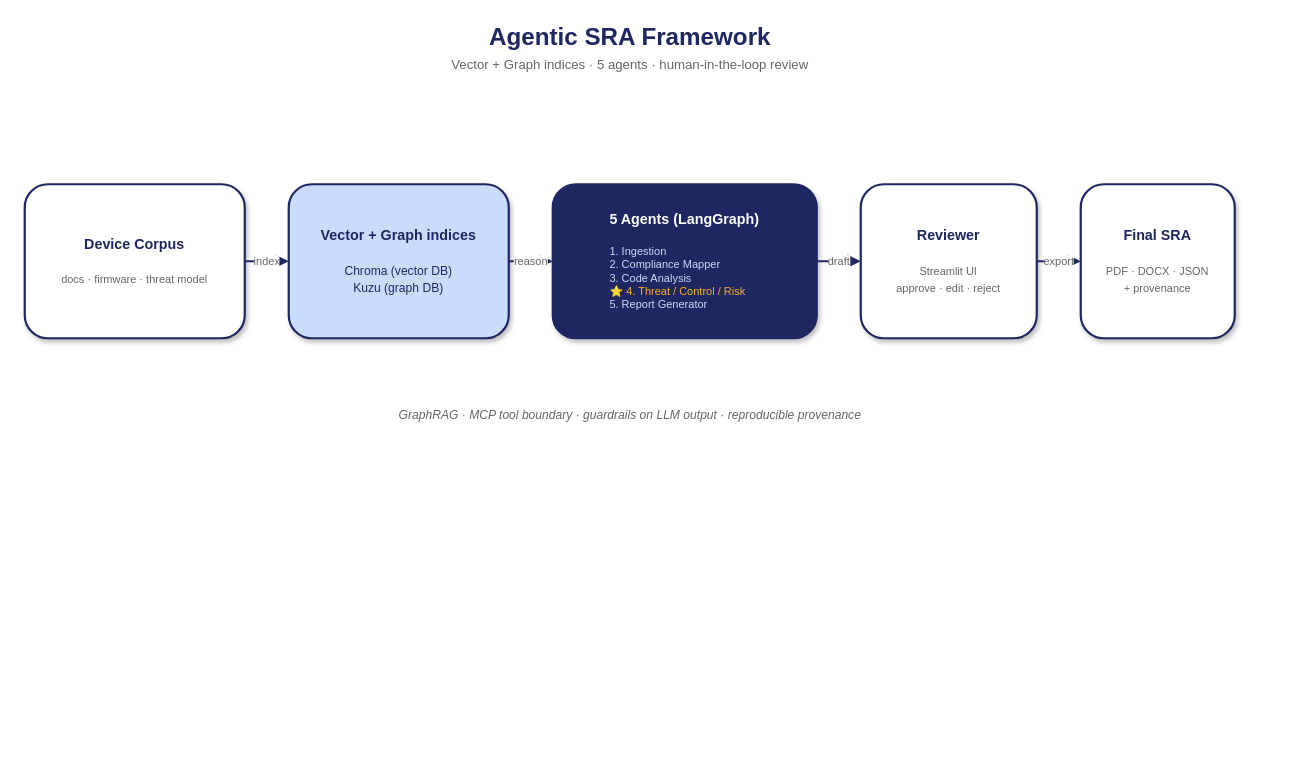
Before: docs/architecture_diagram.drawio in balajibankapur/agentic-sra-framework, a draw.io diagram. Source tidied: cells renumbered, new cells numbered last; positions are measured from the earlier drawing's top-left corner, leaving out a move shared by most shapes. Both pictures are drawn from the tidied source at 110%, with x=0, y=0 at pixel (24, 19).
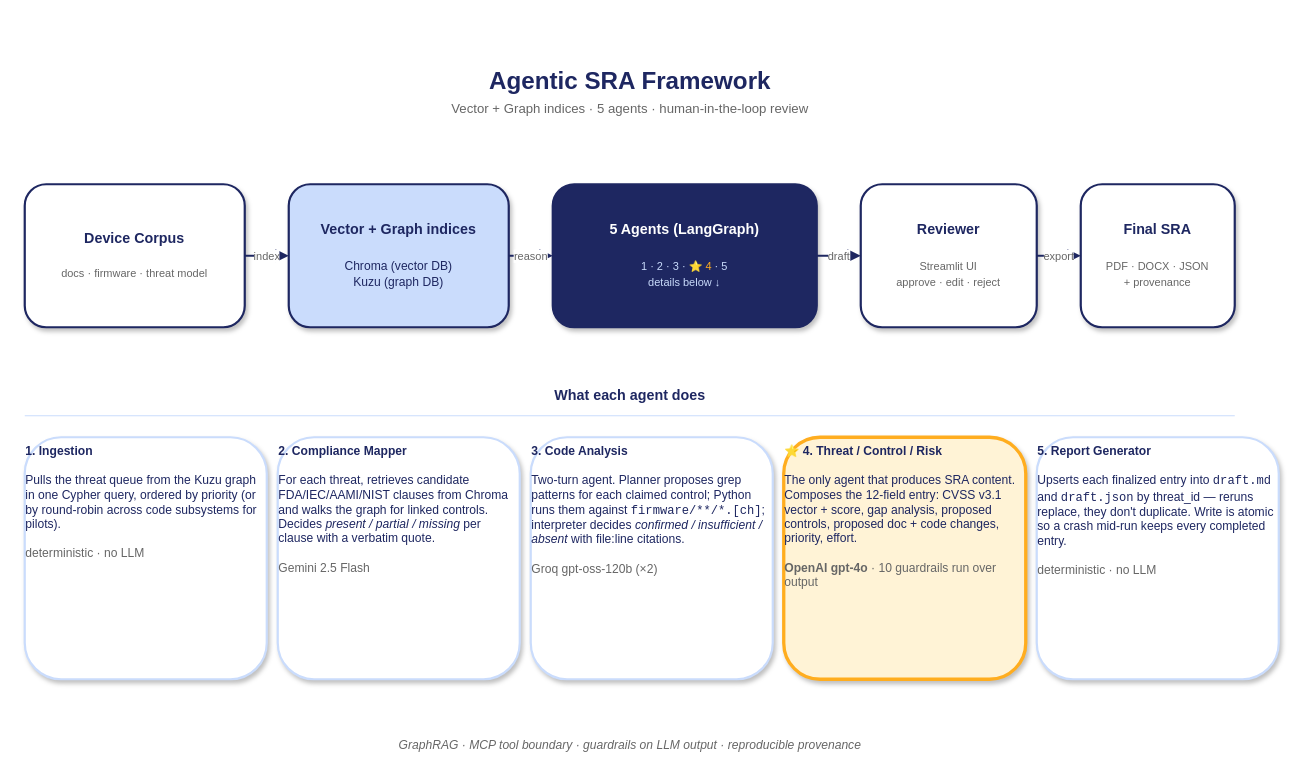
The same diagram, later.

Commit message:
docs: add per-agent description cards below the main flow

The edit, as a diff of the source:
```diff
@@
     <mxCell id="2" value="Agentic SRA Framework" style="text;html=1;strokeColor=none;fillColor=none;align=center;verticalAlign=middle;fontSize=22;fontStyle=1;fontColor=#1E2761;" parent="1" vertex="1">
-      <mxGeometry x="150" width="800" height="34" as="geometry" />
+      <mxGeometry x="150" y="40" width="800" height="34" as="geometry" />
     </mxCell>
     <mxCell id="3" value="Vector + Graph indices · 5 agents · human-in-the-loop review" style="text;html=1;strokeColor=none;fillColor=none;align=center;verticalAlign=middle;fontSize=12;fontColor=#666666;" parent="1" vertex="1">
-      <mxGeometry x="150" y="32" width="800" height="20" as="geometry" />
+      <mxGeometry x="150" y="72" width="800" height="20" as="geometry" />
     </mxCell>
     <mxCell id="4" value="&lt;b&gt;Device Corpus&lt;/b&gt;&lt;br/&gt;&lt;br/&gt;&lt;font style=&quot;font-size:10px;color:#666&quot;&gt;docs · firmware · threat model&lt;/font&gt;" style="rounded=1;whiteSpace=wrap;html=1;fillColor=#FFFFFF;strokeColor=#1E2761;strokeWidth=2;fontColor=#1E2761;fontSize=13;verticalAlign=middle;shadow=1;" parent="1" vertex="1">
-      <mxGeometry y="150" width="200" height="140" as="geometry" />
+      <mxGeometry y="150" width="200" height="130" as="geometry" />
     </mxCell>
     <mxCell id="5" value="&lt;b&gt;Vector + Graph indices&lt;/b&gt;&lt;br/&gt;&lt;br/&gt;&lt;font style=&quot;font-size:11px;color:#1E2761&quot;&gt;Chroma (vector DB)&lt;br/&gt;Kuzu (graph DB)&lt;/font&gt;" style="rounded=1;whiteSpace=wrap;html=1;fillColor=#CADCFC;strokeColor=#1E2761;strokeWidth=2;fontColor=#1E2761;fontSize=13;verticalAlign=middle;shadow=1;" parent="1" vertex="1">
-      <mxGeometry x="240" y="150" width="200" height="140" as="geometry" />
+      <mxGeometry x="240" y="150" width="200" height="130" as="geometry" />
     </mxCell>
-    <mxCell id="6" value="&lt;b&gt;5 Agents (LangGraph)&lt;/b&gt;&lt;br/&gt;&lt;br/&gt;&lt;div align=&quot;left&quot; style=&quot;font-size:10px;color:#CADCFC&quot;&gt;1. Ingestion&lt;br/&gt;2. Compliance Mapper&lt;br/&gt;3. Code Analysis&lt;br/&gt;&lt;font color=&quot;#FFAD1F&quot;&gt;⭐ 4. Threat / Control / Risk&lt;/font&gt;&lt;br/&gt;5. Report Generator&lt;/div&gt;" style="rounded=1;whiteSpace=wrap;html=1;fillColor=#1E2761;strokeColor=#1E2761;strokeWidth=2;fontColor=#FFFFFF;fontSize=13;verticalAlign=middle;shadow=1;" parent="1" vertex="1">
-      <mxGeometry x="480" y="150" width="240" height="140" as="geometry" />
+    <mxCell id="6" value="&lt;b&gt;5 Agents (LangGraph)&lt;/b&gt;&lt;br/&gt;&lt;br/&gt;&lt;font style=&quot;font-size:10px;color:#CADCFC&quot;&gt;1 · 2 · 3 · &lt;font color=&quot;#FFAD1F&quot;&gt;⭐ 4&lt;/font&gt; · 5&lt;br/&gt;details below ↓&lt;/font&gt;" style="rounded=1;whiteSpace=wrap;html=1;fillColor=#1E2761;strokeColor=#1E2761;strokeWidth=2;fontColor=#FFFFFF;fontSize=13;verticalAlign=middle;shadow=1;" parent="1" vertex="1">
+      <mxGeometry x="480" y="150" width="240" height="130" as="geometry" />
     </mxCell>
     <mxCell id="7" value="&lt;b&gt;Reviewer&lt;/b&gt;&lt;br/&gt;&lt;br/&gt;&lt;font style=&quot;font-size:10px;color:#666&quot;&gt;Streamlit UI&lt;br/&gt;approve · edit · reject&lt;/font&gt;" style="rounded=1;whiteSpace=wrap;html=1;fillColor=#FFFFFF;strokeColor=#1E2761;strokeWidth=2;fontColor=#1E2761;fontSize=13;verticalAlign=middle;shadow=1;" parent="1" vertex="1">
-      <mxGeometry x="760" y="150" width="160" height="140" as="geometry" />
+      <mxGeometry x="760" y="150" width="160" height="130" as="geometry" />
     </mxCell>
     <mxCell id="8" value="&lt;b&gt;Final SRA&lt;/b&gt;&lt;br/&gt;&lt;br/&gt;&lt;font style=&quot;font-size:10px;color:#666&quot;&gt;PDF · DOCX · JSON&lt;br/&gt;+ provenance&lt;/font&gt;" style="rounded=1;whiteSpace=wrap;html=1;fillColor=#FFFFFF;strokeColor=#1E2761;strokeWidth=2;fontColor=#1E2761;fontSize=13;verticalAlign=middle;shadow=1;" parent="1" vertex="1">
-      <mxGeometry x="960" y="150" width="140" height="140" as="geometry" />
+      <mxGeometry x="960" y="150" width="140" height="130" as="geometry" />
     </mxCell>
@@
+    <mxCell id="14" value="What each agent does" style="text;html=1;strokeColor=none;fillColor=none;align=center;verticalAlign=middle;fontSize=13;fontStyle=1;fontColor=#1E2761;letterSpacing=2;" parent="1" vertex="1">
+      <mxGeometry x="150" y="330" width="800" height="24" as="geometry" />
+    </mxCell>
+    <mxCell id="15" style="line;strokeColor=#CADCFC;strokeWidth=1;" parent="1" vertex="1">
+      <mxGeometry y="360" width="1100" height="1" as="geometry" />
+    </mxCell>
+    <mxCell id="16" value="&lt;div align=&quot;left&quot;&gt;&lt;b&gt;1. Ingestion&lt;/b&gt;&lt;br/&gt;&lt;br/&gt;Pulls the threat queue from the Kuzu graph in one Cypher query, ordered by priority (or by round-robin across code subsystems for pilots).&lt;br/&gt;&lt;br/&gt;&lt;font color=&quot;#666&quot;&gt;deterministic · no LLM&lt;/font&gt;&lt;/div&gt;" style="rounded=1;whiteSpace=wrap;html=1;fillColor=#FFFFFF;strokeColor=#CADCFC;strokeWidth=2;fontColor=#1E2761;fontSize=11;verticalAlign=top;shadow=1;" parent="1" vertex="1">
+      <mxGeometry y="380" width="220" height="220" as="geometry" />
+    </mxCell>
+    <mxCell id="17" value="&lt;div align=&quot;left&quot;&gt;&lt;b&gt;2. Compliance Mapper&lt;/b&gt;&lt;br/&gt;&lt;br/&gt;For each threat, retrieves candidate FDA/IEC/AAMI/NIST clauses from Chroma and walks the graph for linked controls. Decides &lt;i&gt;present / partial / missing&lt;/i&gt; per clause with a verbatim quote.&lt;br/&gt;&lt;br/&gt;&lt;font color=&quot;#666&quot;&gt;Gemini 2.5 Flash&lt;/font&gt;&lt;/div&gt;" style="rounded=1;whiteSpace=wrap;html=1;fillColor=#FFFFFF;strokeColor=#CADCFC;strokeWidth=2;fontColor=#1E2761;fontSize=11;verticalAlign=top;shadow=1;" parent="1" vertex="1">
+      <mxGeometry x="230" y="380" width="220" height="220" as="geometry" />
+    </mxCell>
+    <mxCell id="18" value="&lt;div align=&quot;left&quot;&gt;&lt;b&gt;3. Code Analysis&lt;/b&gt;&lt;br/&gt;&lt;br/&gt;Two-turn agent. Planner proposes grep patterns for each claimed control; Python runs them against &lt;font face=&quot;Courier New&quot;&gt;firmware/**/*.[ch]&lt;/font&gt;; interpreter decides &lt;i&gt;confirmed / insufficient / absent&lt;/i&gt; with file:line citations.&lt;br/&gt;&lt;br/&gt;&lt;font color=&quot;#666&quot;&gt;Groq gpt-oss-120b (×2)&lt;/font&gt;&lt;/div&gt;" style="rounded=1;whiteSpace=wrap;html=1;fillColor=#FFFFFF;strokeColor=#CADCFC;strokeWidth=2;fontColor=#1E2761;fontSize=11;verticalAlign=top;shadow=1;" parent="1" vertex="1">
+      <mxGeometry x="460" y="380" width="220" height="220" as="geometry" />
+    </mxCell>
+    <mxCell id="19" value="&lt;div align=&quot;left&quot;&gt;&lt;b&gt;⭐ 4. Threat / Control / Risk&lt;/b&gt;&lt;br/&gt;&lt;br/&gt;The only agent that produces SRA content. Composes the 12-field entry: CVSS v3.1 vector + score, gap analysis, proposed controls, proposed doc + code changes, priority, effort.&lt;br/&gt;&lt;br/&gt;&lt;font color=&quot;#666&quot;&gt;&lt;b&gt;OpenAI gpt-4o&lt;/b&gt; · 10 guardrails run over output&lt;/font&gt;&lt;/div&gt;" style="rounded=1;whiteSpace=wrap;html=1;fillColor=#FFF3D6;strokeColor=#FFAD1F;strokeWidth=3;fontColor=#1E2761;fontSize=11;verticalAlign=top;shadow=1;" parent="1" vertex="1">
+      <mxGeometry x="690" y="380" width="220" height="220" as="geometry" />
+    </mxCell>
+    <mxCell id="20" value="&lt;div align=&quot;left&quot;&gt;&lt;b&gt;5. Report Generator&lt;/b&gt;&lt;br/&gt;&lt;br/&gt;Upserts each finalized entry into &lt;font face=&quot;Courier New&quot;&gt;draft.md&lt;/font&gt; and &lt;font face=&quot;Courier New&quot;&gt;draft.json&lt;/font&gt; by threat_id — reruns replace, they don't duplicate. Write is atomic so a crash mid-run keeps every completed entry.&lt;br/&gt;&lt;br/&gt;&lt;font color=&quot;#666&quot;&gt;deterministic · no LLM&lt;/font&gt;&lt;/div&gt;" style="rounded=1;whiteSpace=wrap;html=1;fillColor=#FFFFFF;strokeColor=#CADCFC;strokeWidth=2;fontColor=#1E2761;fontSize=11;verticalAlign=top;shadow=1;" parent="1" vertex="1">
+      <mxGeometry x="920" y="380" width="220" height="220" as="geometry" />
+    </mxCell>
     <mxCell id="13" value="GraphRAG · MCP tool boundary · guardrails on LLM output · reproducible provenance" style="text;html=1;strokeColor=none;fillColor=none;align=center;verticalAlign=middle;fontSize=11;fontStyle=2;fontColor=#666666;" parent="1" vertex="1">
-      <mxGeometry x="50" y="350" width="1000" height="20" as="geometry" />
+      <mxGeometry x="50" y="650" width="1000" height="20" as="geometry" />
     </mxCell>
```
